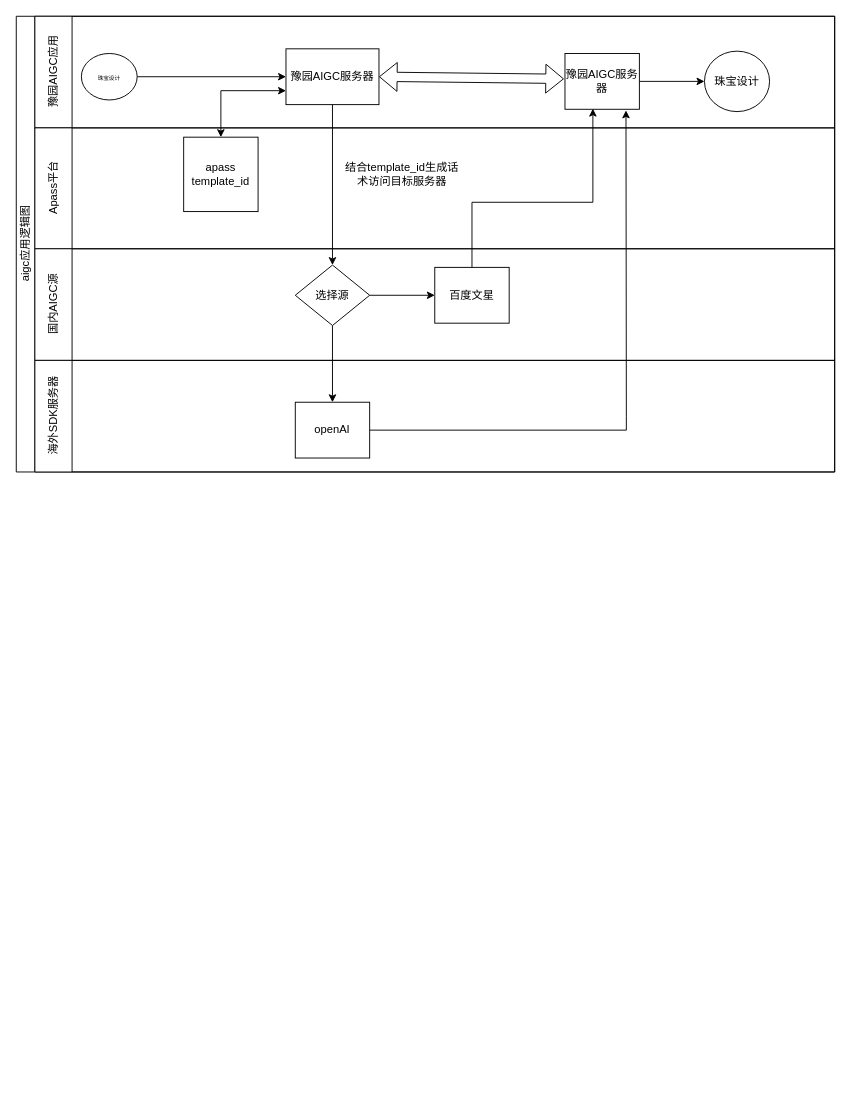
This is 未命名绘图.drawio from parson724/diagrams, a draw.io file, before an edit. Source tidied: cells renumbered, new cells numbered last; positions are measured from the earlier drawing's top-left corner, leaving out a move shared by most shapes. Both pictures are drawn from the tidied source at 93%, with x=0, y=0 at pixel (16, 16).
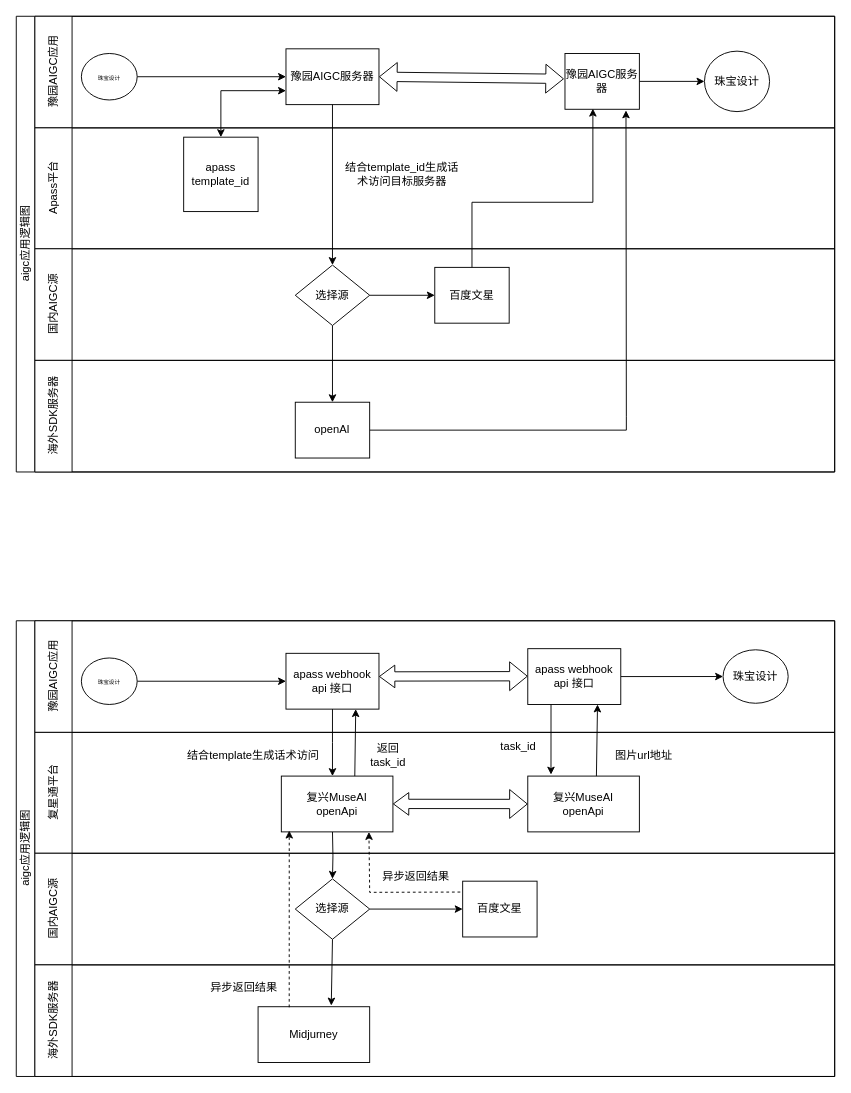
Above is the later version.

Commit message:
更新未命名绘图.drawio

What changed in the source:
```diff
@@
+    <mxCell id="25" value="&lt;span style=&quot;&quot;&gt;aigc应用逻辑图&lt;/span&gt;" style="swimlane;html=1;horizontal=0;startSize=20;fontStyle=0;" parent="1" vertex="1">
+      <mxGeometry y="650" width="880" height="490" as="geometry" />
+    </mxCell>
+    <mxCell id="26" value="&lt;span style=&quot;font-weight: normal;&quot;&gt;豫园AIGC应用&lt;/span&gt;" style="swimlane;html=1;startSize=40;horizontal=0;" parent="25" vertex="1">
+      <mxGeometry x="20" width="860" height="120" as="geometry" />
+    </mxCell>
+    <mxCell id="27" style="edgeStyle=orthogonalEdgeStyle;rounded=0;jettySize=auto;html=1;" parent="26" edge="1" source="28" target="29">
+      <mxGeometry relative="1" as="geometry" />
+    </mxCell>
+    <mxCell id="28" value="&lt;font style=&quot;font-size: 6px;&quot;&gt;珠宝设计&lt;/font&gt;" style="ellipse;whiteSpace=wrap;html=1;" parent="26" vertex="1">
+      <mxGeometry x="50" y="40" width="60" height="50" as="geometry" />
+    </mxCell>
+    <mxCell id="29" value="apass webhook&lt;br&gt;api 接口" style="rounded=0;whiteSpace=wrap;html=1;fontFamily=Helvetica;fontSize=12;fontColor=#000000;align=center;" parent="26" vertex="1">
+      <mxGeometry x="270" y="35" width="100" height="60" as="geometry" />
+    </mxCell>
+    <mxCell id="30" value="珠宝设计" style="ellipse;whiteSpace=wrap;html=1;" parent="26" vertex="1">
+      <mxGeometry x="740" y="31.2" width="70" height="57.5" as="geometry" />
+    </mxCell>
+    <mxCell id="31" style="edgeStyle=orthogonalEdgeStyle;rounded=0;jettySize=auto;html=1;entryX=0;entryY=0.5;entryDx=0;entryDy=0;exitX=1;exitY=0.5;exitDx=0;exitDy=0;" parent="26" edge="1" source="33" target="30">
+      <mxGeometry relative="1" as="geometry" />
+    </mxCell>
+    <mxCell id="32" style="shape=flexArrow;endArrow=classic;startArrow=classic;html=1;rounded=0;endWidth=13.333333333333332;endSize=5.176190476190476;" parent="26" edge="1">
+      <mxGeometry relative="1" as="geometry">
+        <mxPoint x="530" y="59.6" as="sourcePoint" />
+        <mxPoint x="370" y="59.9" as="targetPoint" />
+      </mxGeometry>
+    </mxCell>
+    <mxCell id="33" value="apass webhook&lt;br&gt;api 接口" style="rounded=0;whiteSpace=wrap;html=1;fontFamily=Helvetica;fontSize=12;fontColor=#000000;align=center;" parent="26" vertex="1">
+      <mxGeometry x="530" y="30" width="100" height="60" as="geometry" />
+    </mxCell>
+    <mxCell id="34" value="&lt;span style=&quot;font-weight: 400;&quot;&gt;复星通平台&lt;/span&gt;" style="swimlane;html=1;startSize=40;horizontal=0;" parent="25" vertex="1">
+      <mxGeometry x="20" y="120" width="860" height="130" as="geometry" />
+    </mxCell>
+    <mxCell id="35" value="结合template生成话术访问" style="text;html=1;strokeColor=none;fillColor=none;align=center;verticalAlign=middle;whiteSpace=wrap;rounded=0;" parent="34" vertex="1">
+      <mxGeometry x="160" y="-5" width="150" height="60" as="geometry" />
+    </mxCell>
+    <mxCell id="36" style="edgeStyle=orthogonalEdgeStyle;rounded=0;jettySize=auto;html=1;entryX=0.5;entryY=0;entryDx=0;entryDy=0;" parent="34" edge="1" target="45">
+      <mxGeometry relative="1" as="geometry">
+        <mxPoint x="320" y="107" as="sourcePoint" />
+      </mxGeometry>
+    </mxCell>
+    <mxCell id="37" value="复兴MuseAI&lt;br&gt;openApi" style="rounded=0;whiteSpace=wrap;html=1;fontFamily=Helvetica;fontSize=12;fontColor=#000000;align=center;" parent="34" vertex="1">
+      <mxGeometry x="265" y="47" width="120" height="60" as="geometry" />
+    </mxCell>
+    <mxCell id="38" style="endArrow=classic;html=1;rounded=0;entryX=0.75;entryY=1;entryDx=0;entryDy=0;" parent="34" edge="1" target="29">
+      <mxGeometry relative="1" as="geometry">
+        <mxPoint x="344" y="47" as="sourcePoint" />
+      </mxGeometry>
+    </mxCell>
+    <mxCell id="39" value="返回 task_id" style="text;html=1;strokeColor=none;fillColor=none;align=center;verticalAlign=middle;whiteSpace=wrap;rounded=0;" parent="34" vertex="1">
+      <mxGeometry x="350" y="10" width="60" height="30" as="geometry" />
+    </mxCell>
+    <mxCell id="40" value="复兴MuseAI&lt;br&gt;openApi" style="rounded=0;whiteSpace=wrap;html=1;fontFamily=Helvetica;fontSize=12;fontColor=#000000;align=center;" parent="34" vertex="1">
+      <mxGeometry x="530" y="47" width="120" height="60" as="geometry" />
+    </mxCell>
+    <mxCell id="41" style="shape=flexArrow;endArrow=classic;startArrow=classic;html=1;rounded=0;endWidth=13.333333333333332;endSize=5.176190476190476;" parent="34" edge="1">
+      <mxGeometry relative="1" as="geometry">
+        <mxPoint x="530" y="77" as="sourcePoint" />
+        <mxPoint x="385" y="76.9" as="targetPoint" />
+      </mxGeometry>
+    </mxCell>
+    <mxCell id="42" value="task_id" style="text;html=1;strokeColor=none;fillColor=none;align=center;verticalAlign=middle;whiteSpace=wrap;rounded=0;" parent="34" vertex="1">
+      <mxGeometry x="490" width="60" height="30" as="geometry" />
+    </mxCell>
+    <mxCell id="43" value="图片url地址" style="text;html=1;strokeColor=none;fillColor=none;align=center;verticalAlign=middle;whiteSpace=wrap;rounded=0;" parent="34" vertex="1">
+      <mxGeometry x="600" y="10" width="110" height="30" as="geometry" />
+    </mxCell>
+    <mxCell id="44" value="&lt;span style=&quot;font-weight: normal;&quot;&gt;国内AIGC源&lt;/span&gt;" style="swimlane;html=1;startSize=40;horizontal=0;" parent="25" vertex="1">
+      <mxGeometry x="20" y="250" width="860" height="120" as="geometry" />
+    </mxCell>
+    <mxCell id="45" value="选择源" style="rhombus;whiteSpace=wrap;html=1;fontFamily=Helvetica;fontSize=12;fontColor=#000000;align=center;" parent="44" vertex="1">
+      <mxGeometry x="280" y="27.5" width="80" height="65" as="geometry" />
+    </mxCell>
+    <mxCell id="46" value="百度文星" style="rounded=0;whiteSpace=wrap;html=1;fontFamily=Helvetica;fontSize=12;fontColor=#000000;align=center;" parent="44" vertex="1">
+      <mxGeometry x="460" y="30" width="80" height="60" as="geometry" />
+    </mxCell>
+    <mxCell id="47" style="edgeStyle=orthogonalEdgeStyle;rounded=0;jettySize=auto;html=1;entryX=0;entryY=0.5;entryDx=0;entryDy=0;" parent="44" edge="1" source="45" target="46">
+      <mxGeometry relative="1" as="geometry" />
+    </mxCell>
+    <mxCell id="48" value="异步返回结果" style="text;html=1;strokeColor=none;fillColor=none;align=center;verticalAlign=middle;whiteSpace=wrap;rounded=0;" parent="44" vertex="1">
+      <mxGeometry x="370" y="10" width="80" height="30" as="geometry" />
+    </mxCell>
+    <mxCell id="49" value="&lt;span style=&quot;font-weight: normal;&quot;&gt;海外SDK服务器&lt;/span&gt;" style="swimlane;html=1;startSize=40;horizontal=0;" parent="25" vertex="1">
+      <mxGeometry x="20" y="370" width="860" height="120" as="geometry" />
+    </mxCell>
+    <mxCell id="50" value="Midjurney" style="rounded=0;whiteSpace=wrap;html=1;fontFamily=Helvetica;fontSize=12;fontColor=#000000;align=center;" parent="49" vertex="1">
+      <mxGeometry x="240" y="45" width="120" height="60" as="geometry" />
+    </mxCell>
+    <mxCell id="51" value="异步返回结果" style="text;html=1;strokeColor=none;fillColor=none;align=center;verticalAlign=middle;whiteSpace=wrap;rounded=0;" parent="49" vertex="1">
+      <mxGeometry x="185" y="10" width="80" height="30" as="geometry" />
+    </mxCell>
+    <mxCell id="52" style="edgeStyle=orthogonalEdgeStyle;rounded=0;jettySize=auto;html=1;" parent="25" edge="1" source="29">
+      <mxGeometry relative="1" as="geometry">
+        <mxPoint x="340" y="167" as="targetPoint" />
+      </mxGeometry>
+    </mxCell>
+    <mxCell id="53" style="endArrow=classic;html=1;rounded=0;exitX=-0.032;exitY=0.195;exitDx=0;exitDy=0;exitPerimeter=0;entryX=0.785;entryY=1.002;entryDx=0;entryDy=0;entryPerimeter=0;dashed=1;" parent="25" edge="1" source="46" target="37">
+      <mxGeometry relative="1" as="geometry">
+        <Array as="points">
+          <mxPoint x="380" y="292" />
+        </Array>
+      </mxGeometry>
+    </mxCell>
+    <mxCell id="54" style="endArrow=classic;html=1;rounded=0;dashed=1;entryX=0.071;entryY=0.977;entryDx=0;entryDy=0;entryPerimeter=0;exitX=0.279;exitY=0.01;exitDx=0;exitDy=0;exitPerimeter=0;" parent="25" edge="1" source="50" target="37">
+      <mxGeometry relative="1" as="geometry" />
+    </mxCell>
+    <mxCell id="55" style="endArrow=classic;html=1;rounded=0;exitX=0.5;exitY=1;exitDx=0;exitDy=0;entryX=0.656;entryY=-0.021;entryDx=0;entryDy=0;entryPerimeter=0;" parent="25" edge="1" source="45" target="50">
+      <mxGeometry relative="1" as="geometry" />
+    </mxCell>
+    <mxCell id="56" style="endArrow=classic;html=1;rounded=0;exitX=0.25;exitY=1;exitDx=0;exitDy=0;entryX=0.208;entryY=-0.027;entryDx=0;entryDy=0;entryPerimeter=0;" parent="25" edge="1" source="33" target="40">
+      <mxGeometry relative="1" as="geometry" />
+    </mxCell>
+    <mxCell id="57" style="endArrow=classic;html=1;rounded=0;exitX=0.615;exitY=0;exitDx=0;exitDy=0;exitPerimeter=0;entryX=0.75;entryY=1;entryDx=0;entryDy=0;" parent="25" edge="1" source="40" target="33">
+      <mxGeometry relative="1" as="geometry" />
+    </mxCell>
```
